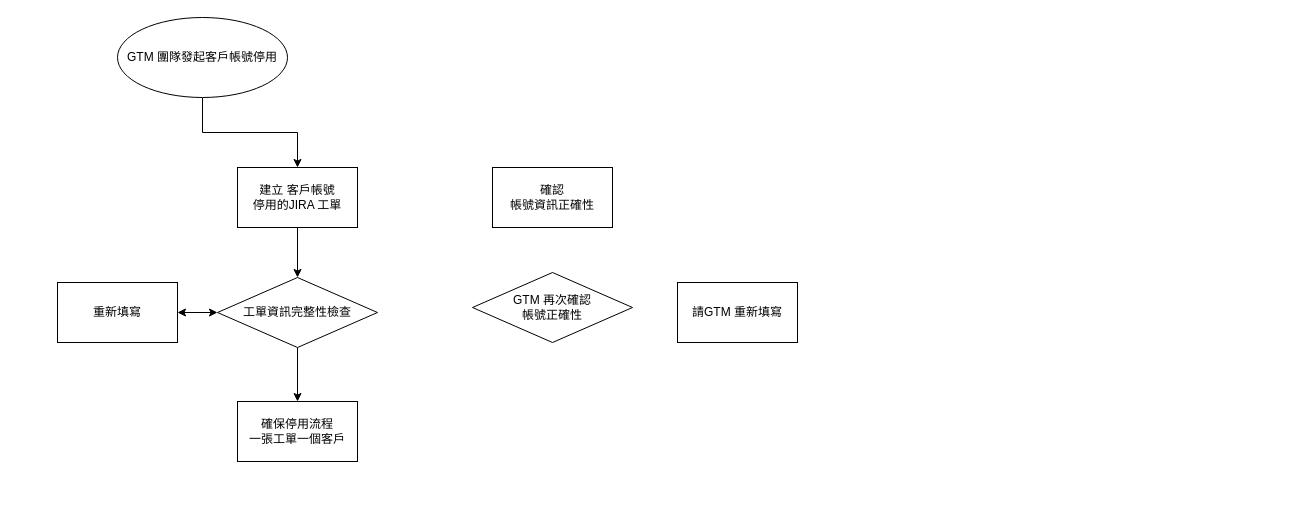
Cadmus-design/Diagrams keeps this draw.io diagram as Account operation.drawio. Above is the earlier version. Source tidied: cells renumbered, new cells numbered last; positions are measured from the earlier drawing's top-left corner, leaving out a move shared by most shapes. Both pictures are drawn from the tidied source at 100%, with x=0, y=0 at pixel (57, 17).
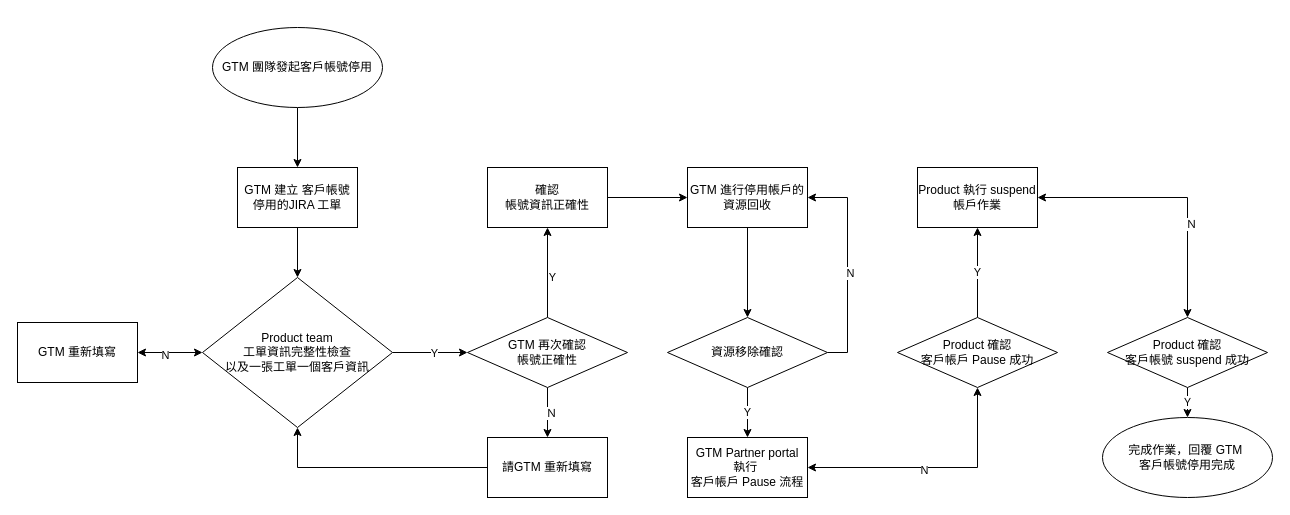
After the change.

Unchanged cells that the change refers to:
```xml
<mxCell id="6" style="edgeStyle=orthogonalEdgeStyle;rounded=0;jettySize=auto;html=1;startArrow=classic;startFill=1;" parent="1" edge="1" source="8" target="9">
  <mxGeometry relative="1" as="geometry" />
</mxCell>
```

What changed in the source:
```diff
@@
     <mxCell id="3" value="GTM 團隊發起客戶帳號停用" style="ellipse;whiteSpace=wrap;html=1;" parent="1" vertex="1">
-      <mxGeometry x="60" width="170" height="80" as="geometry" />
+      <mxGeometry x="155" y="10" width="170" height="80" as="geometry" />
     </mxCell>
@@
-    <mxCell id="5" value="&lt;div&gt;建立 客戶帳號&lt;/div&gt;&lt;div&gt;停用的JIRA 工單&lt;/div&gt;" style="rounded=0;whiteSpace=wrap;html=1;" parent="1" vertex="1">
+    <mxCell id="5" value="&lt;div&gt;GTM 建立 客戶帳號&lt;/div&gt;&lt;div&gt;停用的JIRA 工單&lt;/div&gt;" style="rounded=0;whiteSpace=wrap;html=1;" parent="1" vertex="1">
       <mxGeometry x="180" y="150" width="120" height="60" as="geometry" />
     </mxCell>
@@
-    <mxCell id="7" style="edgeStyle=orthogonalEdgeStyle;rounded=0;jettySize=auto;html=1;" parent="1" edge="1" source="8" target="10">
-      <mxGeometry relative="1" as="geometry" />
-    </mxCell>
+    <mxCell id="14" value="N" style="edgeLabel;html=1;align=center;verticalAlign=middle;" parent="6" vertex="1">
+      <mxGeometry x="0.17" y="2" relative="1" as="geometry" />
+    </mxCell>
+    <mxCell id="15" style="edgeStyle=orthogonalEdgeStyle;rounded=0;jettySize=auto;html=1;" parent="1" edge="1" source="8" target="12">
+      <mxGeometry relative="1" as="geometry" />
+    </mxCell>
+    <mxCell id="16" value="Y" style="edgeLabel;html=1;align=center;verticalAlign=middle;" parent="15" vertex="1">
+      <mxGeometry x="0.09" relative="1" as="geometry" />
+    </mxCell>
-    <mxCell id="8" value="工單資訊完整性檢查" style="rhombus;whiteSpace=wrap;html=1;" parent="1" vertex="1">
-      <mxGeometry x="160" y="260" width="160" height="70" as="geometry" />
+    <mxCell id="8" value="&lt;div&gt;Product team&lt;/div&gt;&lt;div&gt;工單資訊完整性檢查&lt;/div&gt;&lt;div&gt;以及一張工單一個客戶資訊&lt;/div&gt;" style="rhombus;whiteSpace=wrap;html=1;" parent="1" vertex="1">
+      <mxGeometry x="145" y="260" width="190" height="150" as="geometry" />
     </mxCell>
-    <mxCell id="9" value="重新填寫" style="rounded=0;whiteSpace=wrap;html=1;" parent="1" vertex="1">
-      <mxGeometry y="265" width="120" height="60" as="geometry" />
+    <mxCell id="9" value="GTM 重新填寫" style="rounded=0;whiteSpace=wrap;html=1;" parent="1" vertex="1">
+      <mxGeometry x="-40" y="305" width="120" height="60" as="geometry" />
     </mxCell>
-    <mxCell id="10" value="&lt;div&gt;確保停用流程&lt;/div&gt;&lt;div&gt;一張工單一個客戶&lt;/div&gt;" style="rounded=0;whiteSpace=wrap;html=1;" parent="1" vertex="1">
-      <mxGeometry x="180" y="384" width="120" height="60" as="geometry" />
-    </mxCell>
+    <mxCell id="17" style="edgeStyle=orthogonalEdgeStyle;rounded=0;jettySize=auto;html=1;" parent="1" edge="1" source="11" target="24">
+      <mxGeometry relative="1" as="geometry" />
+    </mxCell>
     <mxCell id="11" value="&lt;div&gt;確認&lt;/div&gt;&lt;div&gt;帳號資訊正確性&lt;/div&gt;" style="rounded=0;whiteSpace=wrap;html=1;" parent="1" vertex="1">
-      <mxGeometry x="435" y="150" width="120" height="60" as="geometry" />
+      <mxGeometry x="430" y="150" width="120" height="60" as="geometry" />
     </mxCell>
+    <mxCell id="18" style="edgeStyle=orthogonalEdgeStyle;rounded=0;jettySize=auto;html=1;" parent="1" edge="1" source="12" target="13">
+      <mxGeometry relative="1" as="geometry" />
+    </mxCell>
+    <mxCell id="19" value="Ｎ" style="edgeLabel;html=1;align=center;verticalAlign=middle;" parent="18" vertex="1">
+      <mxGeometry y="3" relative="1" as="geometry" />
+    </mxCell>
+    <mxCell id="20" style="edgeStyle=orthogonalEdgeStyle;rounded=0;jettySize=auto;html=1;" parent="1" edge="1" source="12" target="11">
+      <mxGeometry relative="1" as="geometry" />
+    </mxCell>
+    <mxCell id="21" value="Y" style="edgeLabel;html=1;align=center;verticalAlign=middle;" parent="20" vertex="1">
+      <mxGeometry x="-0.1" y="-4" relative="1" as="geometry" />
+    </mxCell>
     <mxCell id="12" value="&lt;div&gt;GTM 再次確認&lt;/div&gt;&lt;div&gt;帳號正確性&lt;/div&gt;" style="rhombus;whiteSpace=wrap;html=1;" parent="1" vertex="1">
-      <mxGeometry x="415" y="255" width="160" height="70" as="geometry" />
+      <mxGeometry x="410" y="300" width="160" height="70" as="geometry" />
     </mxCell>
+    <mxCell id="22" style="edgeStyle=orthogonalEdgeStyle;rounded=0;jettySize=auto;html=1;entryX=0.5;entryY=1;entryDx=0;entryDy=0;" parent="1" edge="1" source="13" target="8">
+      <mxGeometry relative="1" as="geometry" />
+    </mxCell>
     <mxCell id="13" value="請GTM 重新填寫" style="rounded=0;whiteSpace=wrap;html=1;" parent="1" vertex="1">
-      <mxGeometry x="620" y="265" width="120" height="60" as="geometry" />
+      <mxGeometry x="430" y="420" width="120" height="60" as="geometry" />
     </mxCell>
+    <mxCell id="23" style="edgeStyle=orthogonalEdgeStyle;rounded=0;jettySize=auto;html=1;" parent="1" edge="1" source="24" target="28">
+      <mxGeometry relative="1" as="geometry" />
+    </mxCell>
+    <mxCell id="24" value="&lt;div&gt;GTM 進行停用帳戶的&lt;/div&gt;&lt;div&gt;資源回收&lt;/div&gt;" style="whiteSpace=wrap;html=1;rounded=0;" parent="1" vertex="1">
+      <mxGeometry x="630" y="150" width="120" height="60" as="geometry" />
+    </mxCell>
+    <mxCell id="25" value="Y" style="edgeStyle=orthogonalEdgeStyle;rounded=0;jettySize=auto;html=1;" parent="1" edge="1" source="28" target="31">
+      <mxGeometry relative="1" as="geometry" />
+    </mxCell>
+    <mxCell id="26" style="edgeStyle=orthogonalEdgeStyle;rounded=0;jettySize=auto;html=1;entryX=1;entryY=0.5;entryDx=0;entryDy=0;exitX=1;exitY=0.5;exitDx=0;exitDy=0;" parent="1" edge="1" source="28" target="24">
+      <mxGeometry relative="1" as="geometry" />
+    </mxCell>
+    <mxCell id="27" value="N" style="edgeLabel;html=1;align=center;verticalAlign=middle;" parent="26" vertex="1">
+      <mxGeometry x="-0.07" y="-2" relative="1" as="geometry" />
+    </mxCell>
+    <mxCell id="28" value="資源移除確認" style="rhombus;whiteSpace=wrap;html=1;" parent="1" vertex="1">
+      <mxGeometry x="610" y="300" width="160" height="70" as="geometry" />
+    </mxCell>
+    <mxCell id="29" style="edgeStyle=orthogonalEdgeStyle;rounded=0;jettySize=auto;html=1;entryX=0.5;entryY=1;entryDx=0;entryDy=0;startArrow=classic;startFill=1;" parent="1" edge="1" source="31" target="33">
+      <mxGeometry relative="1" as="geometry" />
+    </mxCell>
+    <mxCell id="30" value="N" style="edgeLabel;html=1;align=center;verticalAlign=middle;" parent="29" vertex="1">
+      <mxGeometry x="-0.07" y="-2" relative="1" as="geometry" />
+    </mxCell>
+    <mxCell id="31" value="&lt;div&gt;GTM Partner portal 執行&amp;nbsp;&lt;/div&gt;&lt;div&gt;客戶帳戶 Pause 流程&lt;/div&gt;" style="whiteSpace=wrap;html=1;rounded=0;" parent="1" vertex="1">
+      <mxGeometry x="630" y="420" width="120" height="60" as="geometry" />
+    </mxCell>
+    <mxCell id="32" value="Y" style="edgeStyle=orthogonalEdgeStyle;rounded=0;jettySize=auto;html=1;" parent="1" edge="1" source="33" target="36">
+      <mxGeometry relative="1" as="geometry" />
+    </mxCell>
+    <mxCell id="33" value="&lt;div&gt;Product 確認&lt;/div&gt;&lt;div&gt;客戶帳戶 Pause 成功&lt;/div&gt;" style="rhombus;whiteSpace=wrap;html=1;" parent="1" vertex="1">
+      <mxGeometry x="840" y="300" width="160" height="70" as="geometry" />
+    </mxCell>
+    <mxCell id="34" style="edgeStyle=orthogonalEdgeStyle;rounded=0;jettySize=auto;html=1;entryX=0.5;entryY=0;entryDx=0;entryDy=0;startArrow=classic;startFill=1;" parent="1" edge="1" source="36" target="38">
+      <mxGeometry relative="1" as="geometry" />
+    </mxCell>
+    <mxCell id="35" value="Ｎ" style="edgeLabel;html=1;align=center;verticalAlign=middle;" parent="34" vertex="1">
+      <mxGeometry x="0.3" y="3" relative="1" as="geometry" />
+    </mxCell>
+    <mxCell id="36" value="Product 執行 suspend 帳戶作業" style="whiteSpace=wrap;html=1;rounded=0;" parent="1" vertex="1">
+      <mxGeometry x="860" y="150" width="120" height="60" as="geometry" />
+    </mxCell>
+    <mxCell id="37" value="Ｙ" style="edgeStyle=orthogonalEdgeStyle;rounded=0;jettySize=auto;html=1;" parent="1" edge="1" source="38" target="39">
+      <mxGeometry relative="1" as="geometry" />
+    </mxCell>
+    <mxCell id="38" value="&lt;div&gt;Product 確認&lt;/div&gt;&lt;div&gt;客戶帳號 suspend 成功&lt;/div&gt;" style="rhombus;whiteSpace=wrap;html=1;" parent="1" vertex="1">
+      <mxGeometry x="1050" y="300" width="160" height="70" as="geometry" />
+    </mxCell>
+    <mxCell id="39" value="&lt;div&gt;完成作業，回覆 GTM&amp;nbsp;&lt;/div&gt;&lt;div&gt;客戶帳號停用完成&lt;/div&gt;" style="ellipse;whiteSpace=wrap;html=1;" parent="1" vertex="1">
+      <mxGeometry x="1045" y="400" width="170" height="80" as="geometry" />
+    </mxCell>
```
